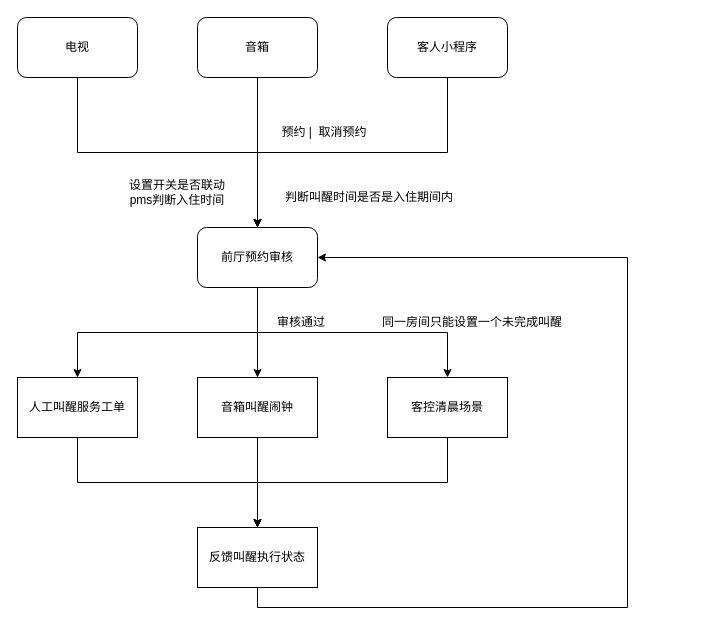
This is xzzh/叫醒服务整合.drawio from daniel-7d/draw, a draw.io file, before an edit. Source tidied: cells renumbered, new cells numbered last; positions are measured from the earlier drawing's top-left corner, leaving out a move shared by most shapes. Both pictures are drawn from the tidied source at 100%, with x=0, y=0 at pixel (17, 17).
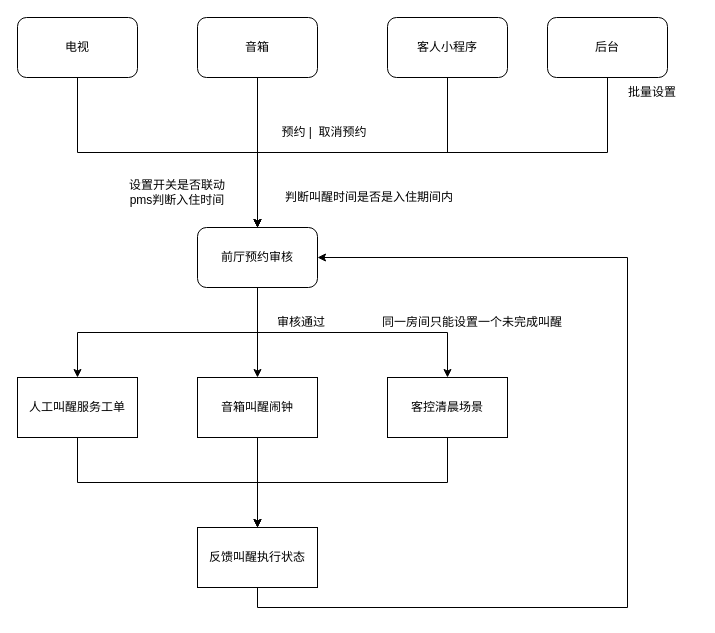
The same page after the edit.

Commit message (it also covers changes not shown here):
更新叫醒服务整合.drawio

The change refers to these unchanged cells:
```xml
<mxCell id="11" value="前厅预约审核" style="rounded=1;whiteSpace=wrap;html=1;" parent="1" vertex="1">
  <mxGeometry x="180" y="210" width="120" height="60" as="geometry" />
</mxCell>
```

What changed in the source:
```diff
@@
+    <mxCell id="25" style="edgeStyle=orthogonalEdgeStyle;rounded=0;jettySize=auto;html=1;exitX=0.5;exitY=1;exitDx=0;exitDy=0;entryX=0.5;entryY=0;entryDx=0;entryDy=0;" parent="1" edge="1" source="26" target="11">
+      <mxGeometry relative="1" as="geometry" />
+    </mxCell>
+    <mxCell id="26" value="后台" style="rounded=1;whiteSpace=wrap;html=1;" parent="1" vertex="1">
+      <mxGeometry x="530" width="120" height="60" as="geometry" />
+    </mxCell>
+    <mxCell id="27" value="批量设置" style="text;html=1;align=center;verticalAlign=middle;whiteSpace=wrap;rounded=0;" parent="1" vertex="1">
+      <mxGeometry x="590" y="60" width="90" height="30" as="geometry" />
+    </mxCell>
```
